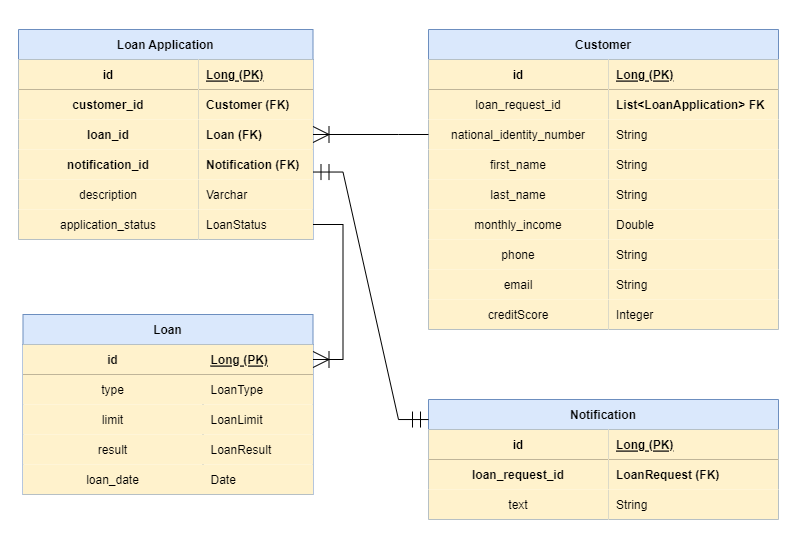
Earlier version of the draw.io export doc/loan-application-erd.png (gulbalasalamov/bank-loan-application). Source tidied: cells renumbered, new cells last; positions are measured from the earlier drawing's top-left corner, leaving out a move shared by most shapes.
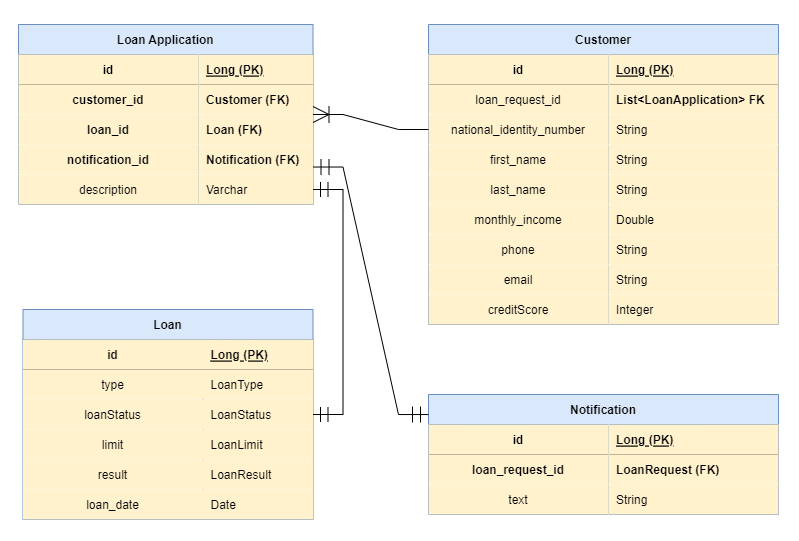
After the commit.

Commit message:
feat: Entity relations are fixed. Erd updated.

The edit, as a diff of the source:
```diff
@@ -3,7 +3,7 @@
     <mxCell id="0" />
     <mxCell id="1" parent="0" />
     <mxCell id="2" value="Loan" style="shape=table;startSize=30;rowLines=0;fontStyle=1;align=center;fillColor=#dae8fc;strokeColor=#6c8ebf;" parent="1" vertex="1">
-      <mxGeometry x="4.5" y="285" width="290" height="180" as="geometry" />
+      <mxGeometry x="4.5" y="285" width="290" height="210" as="geometry" />
     </mxCell>
     <mxCell id="3" style="shape=tableRow;horizontal=0;startSize=0;swimlaneHead=0;swimlaneBody=0;fillColor=none;points=[[0,0.5],[1,0.5]];portConstraint=eastwest;top=0;left=0;right=0;bottom=1;" parent="2" vertex="1">
       <mxGeometry y="30" width="290" height="30" as="geometry" />
@@ -23,8 +23,17 @@
     <mxCell id="8" value="LoanType" style="shape=partialRectangle;fillColor=#fff2cc;top=0;left=0;bottom=0;right=0;align=left;spacingLeft=6;overflow=hidden;strokeColor=#d6b656;fontStyle=0;" parent="6" vertex="1">
       <mxGeometry x="180" width="110" height="30" as="geometry" />
     </mxCell>
+    <mxCell id="79" style="shape=tableRow;horizontal=0;startSize=0;swimlaneHead=0;swimlaneBody=0;fillColor=none;points=[[0,0.5],[1,0.5]];portConstraint=eastwest;top=0;left=0;right=0;bottom=0;" parent="2" vertex="1">
+      <mxGeometry y="90" width="290" height="30" as="geometry" />
+    </mxCell>
+    <mxCell id="80" value="loanStatus" style="shape=partialRectangle;fillColor=#fff2cc;top=0;left=0;bottom=0;right=0;overflow=hidden;strokeColor=#d6b656;fontStyle=0;" parent="79" vertex="1">
+      <mxGeometry width="180" height="30" as="geometry" />
+    </mxCell>
+    <mxCell id="37" value="LoanStatus" style="shape=partialRectangle;fillColor=#fff2cc;top=0;left=0;bottom=0;right=0;align=left;spacingLeft=6;overflow=hidden;strokeColor=#d6b656;fontStyle=0;" parent="79" vertex="1">
+      <mxGeometry x="180" width="110" height="30" as="geometry" />
+    </mxCell>
     <mxCell id="9" style="shape=tableRow;horizontal=0;startSize=0;swimlaneHead=0;swimlaneBody=0;fillColor=none;top=0;left=0;right=0;bottom=0;" parent="2" vertex="1">
-      <mxGeometry y="90" width="290" height="30" as="geometry" />
+      <mxGeometry y="120" width="290" height="30" as="geometry" />
     </mxCell>
     <mxCell id="10" value="limit" style="shape=partialRectangle;fillColor=#fff2cc;top=0;left=0;bottom=0;right=0;overflow=hidden;strokeColor=#d6b656;fontStyle=0;" parent="9" vertex="1">
       <mxGeometry width="180" height="30" as="geometry" />
@@ -33,7 +42,7 @@
       <mxGeometry x="180" width="110" height="30" as="geometry" />
     </mxCell>
     <mxCell id="12" style="shape=tableRow;horizontal=0;startSize=0;swimlaneHead=0;swimlaneBody=0;fillColor=none;top=0;left=0;right=0;bottom=0;" parent="2" vertex="1">
-      <mxGeometry y="120" width="290" height="30" as="geometry" />
+      <mxGeometry y="150" width="290" height="30" as="geometry" />
     </mxCell>
     <mxCell id="13" value="result" style="shape=partialRectangle;fillColor=#fff2cc;top=0;left=0;bottom=0;right=0;overflow=hidden;strokeColor=#d6b656;" parent="12" vertex="1">
       <mxGeometry width="180" height="30" as="geometry" />
@@ -42,7 +51,7 @@
       <mxGeometry x="180" width="110" height="30" as="geometry" />
     </mxCell>
     <mxCell id="15" style="shape=tableRow;horizontal=0;startSize=0;swimlaneHead=0;swimlaneBody=0;fillColor=none;top=0;left=0;right=0;bottom=0;" parent="2" vertex="1">
-      <mxGeometry y="150" width="290" height="30" as="geometry" />
+      <mxGeometry y="180" width="290" height="30" as="geometry" />
     </mxCell>
     <mxCell id="16" value="loan_date" style="shape=partialRectangle;fillColor=#fff2cc;top=0;left=0;bottom=0;right=0;overflow=hidden;strokeColor=#d6b656;fontStyle=0;" parent="15" vertex="1">
       <mxGeometry width="180" height="30" as="geometry" />
@@ -57,7 +66,7 @@
       </mxGeometry>
     </mxCell>
     <mxCell id="19" value="Loan Application" style="shape=table;startSize=30;rowLines=0;fontStyle=1;align=center;fillColor=#dae8fc;strokeColor=#6c8ebf;" parent="1" vertex="1">
-      <mxGeometry width="294.5" height="210" as="geometry" />
+      <mxGeometry width="294.5" height="180" as="geometry" />
     </mxCell>
     <mxCell id="20" style="shape=tableRow;horizontal=0;startSize=0;swimlaneHead=0;swimlaneBody=0;fillColor=none;top=0;left=0;right=0;bottom=1;" parent="19" vertex="1">
       <mxGeometry y="30" width="294.5" height="30" as="geometry" />
@@ -104,15 +113,6 @@
     <mxCell id="34" value="Varchar" style="shape=partialRectangle;fillColor=#fff2cc;top=0;left=0;bottom=0;right=0;align=left;spacingLeft=6;overflow=hidden;strokeColor=#d6b656;" parent="32" vertex="1">
       <mxGeometry x="180" width="114.5" height="30" as="geometry" />
     </mxCell>
-    <mxCell id="35" style="shape=tableRow;horizontal=0;startSize=0;swimlaneHead=0;swimlaneBody=0;fillColor=none;points=[[0,0.5],[1,0.5]];portConstraint=eastwest;top=0;left=0;right=0;bottom=0;" parent="19" vertex="1">
-      <mxGeometry y="180" width="294.5" height="30" as="geometry" />
-    </mxCell>
-    <mxCell id="36" value="application_status" style="shape=partialRectangle;fillColor=#fff2cc;top=0;left=0;bottom=0;right=0;overflow=hidden;strokeColor=#d6b656;" parent="35" vertex="1">
-      <mxGeometry width="180" height="30" as="geometry" />
-    </mxCell>
-    <mxCell id="37" value="LoanStatus" style="shape=partialRectangle;fillColor=#fff2cc;top=0;left=0;bottom=0;right=0;align=left;spacingLeft=6;overflow=hidden;strokeColor=#d6b656;" parent="35" vertex="1">
-      <mxGeometry x="180" width="114.5" height="30" as="geometry" />
-    </mxCell>
     <mxCell id="38" value="Customer" style="shape=table;startSize=30;rowLines=0;fontStyle=1;align=center;fillColor=#dae8fc;strokeColor=#6c8ebf;" parent="1" vertex="1">
       <mxGeometry x="410" width="350" height="300" as="geometry" />
     </mxCell>
@@ -230,11 +230,11 @@
     <mxCell id="76" style="edgeStyle=entityRelationEdgeStyle;fontSize=12;html=1;endArrow=ERoneToMany;rounded=0;startSize=14;endSize=14;exitX=0;exitY=0.5;exitDx=0;exitDy=0;jumpSize=13;" parent="1" edge="1" source="45" target="19">
       <mxGeometry relative="1" as="geometry" />
     </mxCell>
-    <mxCell id="77" style="edgeStyle=entityRelationEdgeStyle;fontSize=12;html=1;endArrow=ERoneToMany;rounded=0;startSize=14;endSize=14;jumpSize=13;" parent="1" edge="1" source="35" target="3">
-      <mxGeometry relative="1" as="geometry" />
-    </mxCell>
     <mxCell id="78" style="edgeStyle=entityRelationEdgeStyle;fontSize=12;html=1;endArrow=ERmandOne;startArrow=ERmandOne;rounded=0;startSize=14;endSize=14;jumpSize=13;entryX=0;entryY=0.167;entryDx=0;entryDy=0;entryPerimeter=0;exitX=1;exitY=0.751;exitDx=0;exitDy=0;exitPerimeter=0;" parent="1" edge="1" source="29" target="66">
       <mxGeometry relative="1" as="geometry" />
     </mxCell>
+    <mxCell id="81" style="edgeStyle=entityRelationEdgeStyle;fontSize=12;html=1;endArrow=ERmandOne;startArrow=ERmandOne;rounded=0;entryX=1;entryY=0.5;entryDx=0;entryDy=0;exitX=1;exitY=0.5;exitDx=0;exitDy=0;endSize=13;startSize=13;" parent="1" edge="1" source="79" target="32">
+      <mxGeometry relative="1" as="geometry" />
+    </mxCell>
   </root>
 </mxGraphModel>
```
